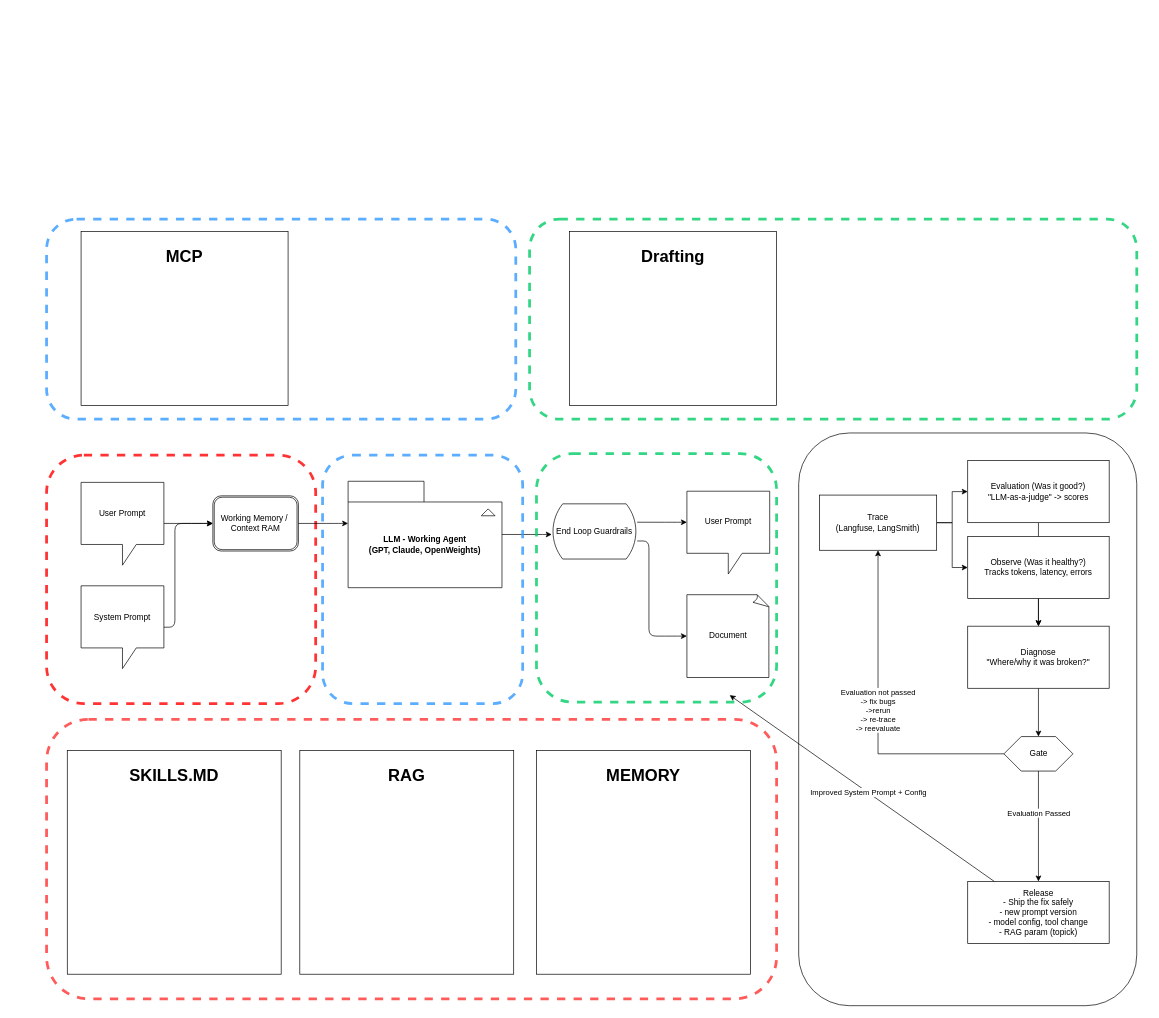
The draw.io diagram Untitled Diagram.drawio in takhinwan-coder/regulatory-multiagent-rag, before the edit. Source tidied: cells renumbered, new cells numbered last; positions are measured from the earlier drawing's top-left corner, leaving out a move shared by most shapes. Both pictures are drawn from the tidied source at 69%, with x=0, y=0 at pixel (12, 212).
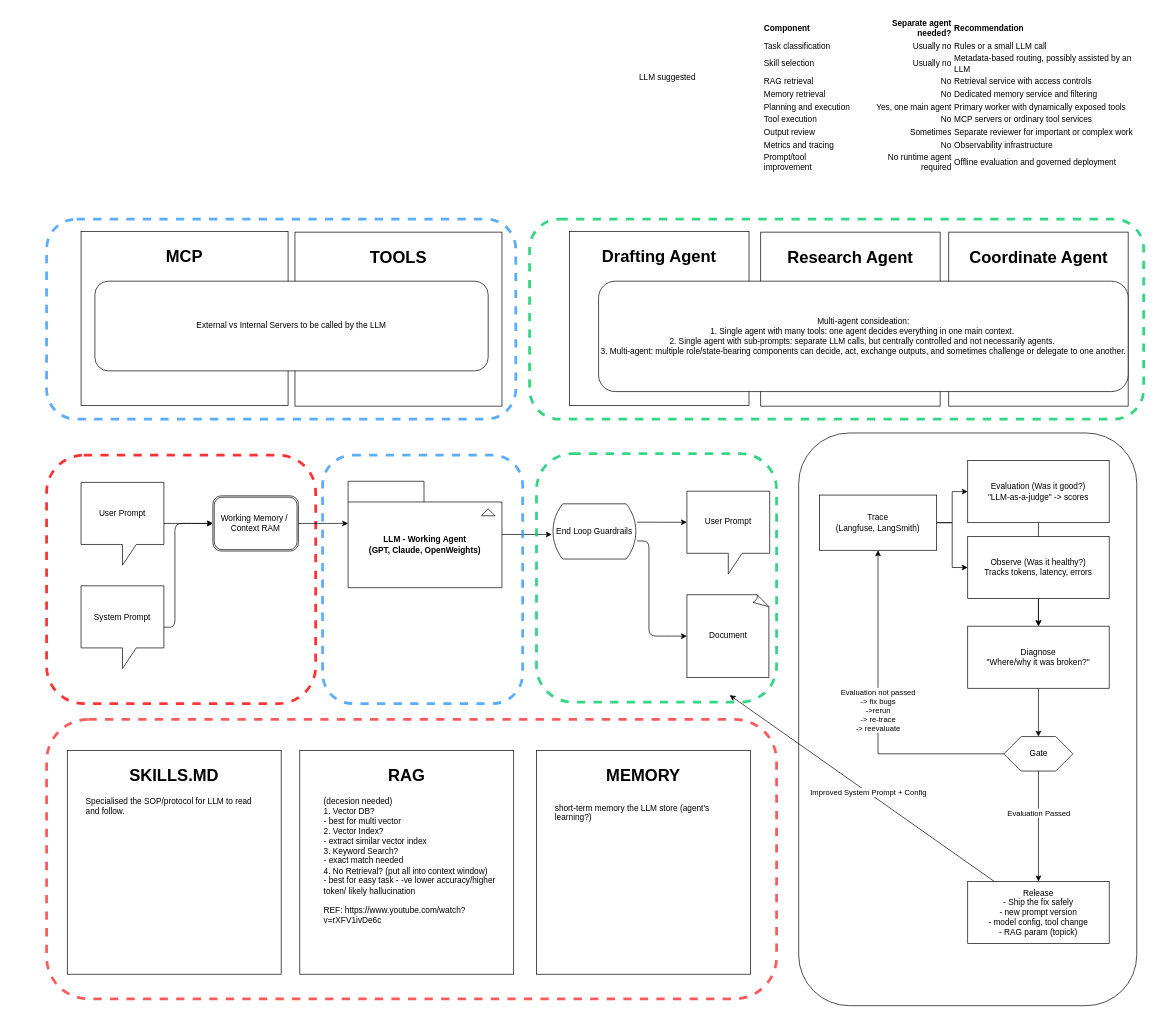
The same diagram, later.

What changed in the source:
```diff
@@
     <mxCell id="40" style="rounded=1;html=1;roundedPerimeter=1;fillColor=none;strokeColor=#00CC66;dashed=1;strokeWidth=4;perimeterSpacing=9;opacity=80;opacityGroup=1;" parent="1" vertex="1">
-      <mxGeometry x="750" y="10" width="880" height="290" as="geometry" />
+      <mxGeometry x="750" y="10" width="890" height="290" as="geometry" />
     </mxCell>
@@
-    <mxCell id="42" value="&lt;h1 style=&quot;&quot;&gt;&lt;span style=&quot;background-color: transparent; color: light-dark(#000000, var(--ge-light-color, #ffffff));&quot;&gt;RAG&lt;/span&gt;&lt;/h1&gt;" style="rounded=0;whiteSpace=wrap;html=1;align=center;verticalAlign=top;" parent="1" vertex="1">
+    <mxCell id="42" value="&lt;h1 style=&quot;&quot;&gt;&lt;span style=&quot;background-color: transparent; color: light-dark(#000000, var(--ge-light-color, #ffffff));&quot;&gt;RAG&lt;/span&gt;&lt;/h1&gt;&lt;div style=&quot;text-align: left;&quot;&gt;&lt;br&gt;&lt;/div&gt;" style="rounded=0;whiteSpace=wrap;html=1;align=center;verticalAlign=top;" parent="1" vertex="1">
       <mxGeometry x="417" y="780" width="310" height="324.4" as="geometry" />
     </mxCell>
@@
-    <mxCell id="45" value="&lt;h1 style=&quot;&quot;&gt;&lt;span style=&quot;background-color: transparent; color: light-dark(#000000, var(--ge-light-color, #ffffff));&quot;&gt;Drafting&lt;/span&gt;&lt;/h1&gt;" style="rounded=0;whiteSpace=wrap;html=1;align=center;verticalAlign=top;" parent="1" vertex="1">
-      <mxGeometry x="808" y="27.8" width="300" height="252.2" as="geometry" />
+    <mxCell id="45" value="&lt;h1 style=&quot;&quot;&gt;&lt;span style=&quot;background-color: transparent; color: light-dark(#000000, var(--ge-light-color, #ffffff));&quot;&gt;Drafting Agent&lt;/span&gt;&lt;/h1&gt;" style="rounded=0;whiteSpace=wrap;html=1;align=center;verticalAlign=top;" parent="1" vertex="1">
+      <mxGeometry x="808" y="27.8" width="260" height="252.2" as="geometry" />
     </mxCell>
+    <mxCell id="46" value="&lt;h1 style=&quot;&quot;&gt;&lt;span style=&quot;background-color: transparent; color: light-dark(#000000, var(--ge-light-color, #ffffff));&quot;&gt;Research Agent&lt;/span&gt;&lt;/h1&gt;" style="rounded=0;whiteSpace=wrap;html=1;align=center;verticalAlign=top;" parent="1" vertex="1">
+      <mxGeometry x="1085" y="28.9" width="260" height="252.2" as="geometry" />
+    </mxCell>
+    <mxCell id="47" value="&lt;h1 style=&quot;&quot;&gt;&lt;span style=&quot;background-color: transparent; color: light-dark(#000000, var(--ge-light-color, #ffffff));&quot;&gt;TOOLS&lt;/span&gt;&lt;/h1&gt;" style="rounded=0;whiteSpace=wrap;html=1;align=center;verticalAlign=top;" parent="1" vertex="1">
+      <mxGeometry x="410" y="28.9" width="300" height="252.2" as="geometry" />
+    </mxCell>
+    <mxCell id="48" value="&lt;div&gt;(decesion needed)&lt;/div&gt;1. Vector DB?&lt;div&gt;- best for multi vector&lt;br&gt;&lt;div&gt;2. Vector Index?&lt;/div&gt;&lt;div&gt;- extract similar vector index&lt;/div&gt;&lt;div&gt;3. Keyword Search?&lt;/div&gt;&lt;div&gt;- exact match needed&lt;/div&gt;&lt;div&gt;4. No Retrieval? (put all into context window)&lt;/div&gt;&lt;div&gt;- best for easy task - -ve lower accuracy/higher token/ likely hallucination&lt;/div&gt;&lt;div&gt;&lt;br&gt;&lt;/div&gt;&lt;div&gt;REF: https://www.youtube.com/watch?v=rXFV1ivDe6c&lt;/div&gt;&lt;div&gt;&lt;br&gt;&lt;/div&gt;&lt;/div&gt;" style="text;html=1;whiteSpace=wrap;strokeColor=none;fillColor=none;align=left;verticalAlign=top;rounded=0;" parent="1" vertex="1">
+      <mxGeometry x="450" y="840" width="260" height="210" as="geometry" />
+    </mxCell>
+    <mxCell id="49" value="&lt;h1 style=&quot;&quot;&gt;&lt;span style=&quot;background-color: transparent; color: light-dark(#000000, var(--ge-light-color, #ffffff));&quot;&gt;Coordinate Agent&lt;/span&gt;&lt;/h1&gt;" style="rounded=0;whiteSpace=wrap;html=1;align=center;verticalAlign=top;" parent="1" vertex="1">
+      <mxGeometry x="1357.5" y="28.9" width="260" height="252.2" as="geometry" />
+    </mxCell>
+    <mxCell id="50" value="Multi-agent consideation:&lt;br&gt;1. Single agent with many tools: one agent decides everything in one main context.&amp;nbsp;&lt;div&gt;2. Single agent with sub-prompts: separate LLM calls, but centrally controlled and not necessarily agents.&amp;nbsp;&lt;/div&gt;&lt;div&gt;3. Multi-agent: multiple role/state-bearing components can decide, act, exchange outputs, and sometimes challenge or delegate to one another.&lt;/div&gt;" style="rounded=1;whiteSpace=wrap;html=1;roundedPerimeter=1;" parent="1" vertex="1">
+      <mxGeometry x="850" y="100" width="767.5" height="160" as="geometry" />
+    </mxCell>
+    <mxCell id="51" value="Specialised the SOP/protocol for LLM to read and follow.&lt;br&gt;&lt;div&gt;&lt;div&gt;&lt;br&gt;&lt;/div&gt;&lt;/div&gt;" style="text;html=1;whiteSpace=wrap;strokeColor=none;fillColor=none;align=left;verticalAlign=top;rounded=0;" parent="1" vertex="1">
+      <mxGeometry x="105" y="840" width="260" height="210" as="geometry" />
+    </mxCell>
+    <mxCell id="52" value="&lt;div&gt;&lt;div&gt;short-term memory the LLM store (agent's learning?)&lt;/div&gt;&lt;/div&gt;" style="text;html=1;whiteSpace=wrap;strokeColor=none;fillColor=none;align=left;verticalAlign=top;rounded=0;" parent="1" vertex="1">
+      <mxGeometry x="785" y="850" width="260" height="210" as="geometry" />
+    </mxCell>
+    <mxCell id="53" value="External vs Internal Servers to be called by the LLM" style="rounded=1;whiteSpace=wrap;html=1;roundedPerimeter=1;" parent="1" vertex="1">
+      <mxGeometry x="120" y="100" width="570" height="130" as="geometry" />
+    </mxCell>
+    <mxCell id="54" value="&lt;table class=&quot;w-full divide-y divide-border&quot;&gt;&lt;thead class=&quot;bg-muted/80&quot;&gt;&lt;tr class=&quot;border-border&quot;&gt;&lt;th class=&quot;whitespace-nowrap px-4 py-2 text-left font-semibold text-sm&quot;&gt;Component&lt;/th&gt;&lt;th class=&quot;whitespace-nowrap px-4 py-2 text-left font-semibold text-sm&quot; style=&quot;text-align: right;&quot;&gt;Separate agent needed?&lt;/th&gt;&lt;th class=&quot;whitespace-nowrap px-4 py-2 text-left font-semibold text-sm&quot;&gt;Recommendation&lt;/th&gt;&lt;/tr&gt;&lt;/thead&gt;&lt;tbody class=&quot;divide-y divide-border&quot;&gt;&lt;tr class=&quot;border-border&quot;&gt;&lt;td class=&quot;px-4 py-2 text-sm&quot;&gt;Task classification&lt;/td&gt;&lt;td class=&quot;px-4 py-2 text-sm&quot; style=&quot;text-align: right;&quot;&gt;Usually no&lt;/td&gt;&lt;td class=&quot;px-4 py-2 text-sm&quot;&gt;Rules or a small LLM call&lt;/td&gt;&lt;/tr&gt;&lt;tr class=&quot;border-border&quot;&gt;&lt;td class=&quot;px-4 py-2 text-sm&quot;&gt;Skill selection&lt;/td&gt;&lt;td class=&quot;px-4 py-2 text-sm&quot; style=&quot;text-align: right;&quot;&gt;Usually no&lt;/td&gt;&lt;td class=&quot;px-4 py-2 text-sm&quot;&gt;Metadata-based routing, possibly assisted by an LLM&lt;/td&gt;&lt;/tr&gt;&lt;tr class=&quot;border-border&quot;&gt;&lt;td class=&quot;px-4 py-2 text-sm&quot;&gt;RAG retrieval&lt;/td&gt;&lt;td class=&quot;px-4 py-2 text-sm&quot; style=&quot;text-align: right;&quot;&gt;No&lt;/td&gt;&lt;td class=&quot;px-4 py-2 text-sm&quot;&gt;Retrieval service with access controls&lt;/td&gt;&lt;/tr&gt;&lt;tr class=&quot;border-border&quot;&gt;&lt;td class=&quot;px-4 py-2 text-sm&quot;&gt;Memory retrieval&lt;/td&gt;&lt;td class=&quot;px-4 py-2 text-sm&quot; style=&quot;text-align: right;&quot;&gt;No&lt;/td&gt;&lt;td class=&quot;px-4 py-2 text-sm&quot;&gt;Dedicated memory service and filtering&lt;/td&gt;&lt;/tr&gt;&lt;tr class=&quot;border-border&quot;&gt;&lt;td class=&quot;px-4 py-2 text-sm&quot;&gt;Planning and execution&lt;/td&gt;&lt;td class=&quot;px-4 py-2 text-sm&quot; style=&quot;text-align: right;&quot;&gt;&lt;span class=&quot;font-semibold&quot;&gt;Yes, one main agent&lt;/span&gt;&lt;/td&gt;&lt;td class=&quot;px-4 py-2 text-sm&quot;&gt;Primary worker with dynamically exposed tools&lt;/td&gt;&lt;/tr&gt;&lt;tr class=&quot;border-border&quot;&gt;&lt;td class=&quot;px-4 py-2 text-sm&quot;&gt;Tool execution&lt;/td&gt;&lt;td class=&quot;px-4 py-2 text-sm&quot; style=&quot;text-align: right;&quot;&gt;No&lt;/td&gt;&lt;td class=&quot;px-4 py-2 text-sm&quot;&gt;MCP servers or ordinary tool services&lt;/td&gt;&lt;/tr&gt;&lt;tr class=&quot;border-border&quot;&gt;&lt;td class=&quot;px-4 py-2 text-sm&quot;&gt;Output review&lt;/td&gt;&lt;td class=&quot;px-4 py-2 text-sm&quot; style=&quot;text-align: right;&quot;&gt;Sometimes&lt;/td&gt;&lt;td class=&quot;px-4 py-2 text-sm&quot;&gt;Separate reviewer for important or complex work&lt;/td&gt;&lt;/tr&gt;&lt;tr class=&quot;border-border&quot;&gt;&lt;td class=&quot;px-4 py-2 text-sm&quot;&gt;Metrics and tracing&lt;/td&gt;&lt;td class=&quot;px-4 py-2 text-sm&quot; style=&quot;text-align: right;&quot;&gt;No&lt;/td&gt;&lt;td class=&quot;px-4 py-2 text-sm&quot;&gt;Observability infrastructure&lt;/td&gt;&lt;/tr&gt;&lt;tr class=&quot;border-border&quot;&gt;&lt;td class=&quot;px-4 py-2 text-sm&quot;&gt;Prompt/tool improvement&lt;/td&gt;&lt;td class=&quot;px-4 py-2 text-sm&quot; style=&quot;text-align: right;&quot;&gt;No runtime agent required&lt;/td&gt;&lt;td class=&quot;px-4 py-2 text-sm&quot;&gt;Offline evaluation and governed deployment&lt;/td&gt;&lt;/tr&gt;&lt;/tbody&gt;&lt;/table&gt;" style="text;whiteSpace=wrap;html=1;" parent="1" vertex="1">
+      <mxGeometry x="1085" y="-290" width="560" height="280" as="geometry" />
+    </mxCell>
+    <mxCell id="55" value="LLM suggested" style="text;html=1;whiteSpace=wrap;strokeColor=none;fillColor=none;align=center;verticalAlign=middle;rounded=0;" parent="1" vertex="1">
+      <mxGeometry x="840" y="-210" width="220" height="30" as="geometry" />
+    </mxCell>
```
